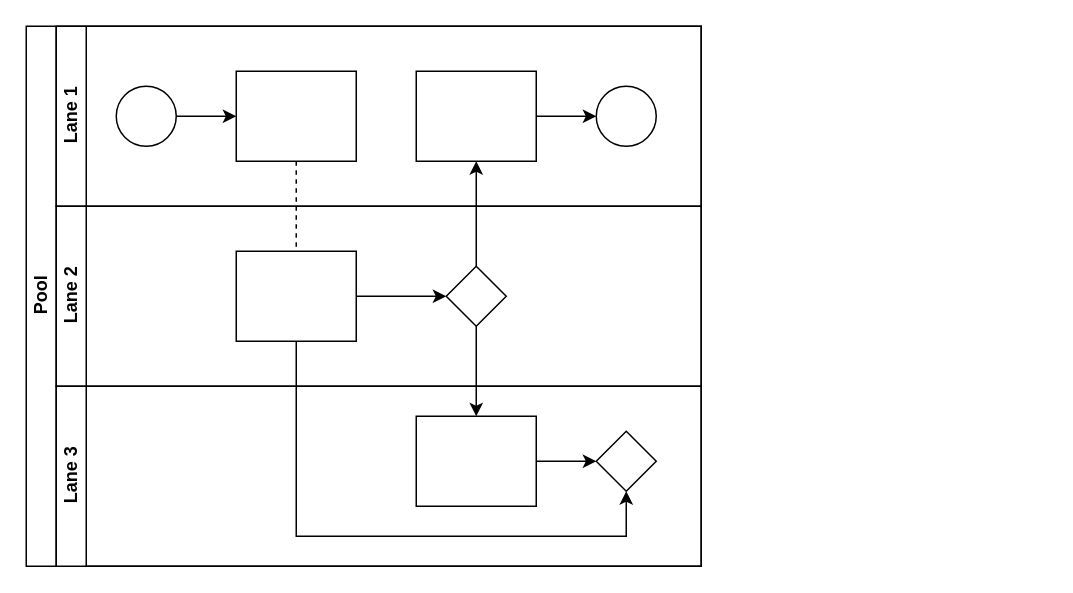
This is DWH_Flow.drawio from Adityacs001/snippet, a draw.io file, before an edit. Source tidied: cells renumbered, new cells numbered last; positions are measured from the earlier drawing's top-left corner, leaving out a move shared by most shapes. Both pictures are drawn from the tidied source at 150%, with x=0, y=0 at pixel (26, 26).
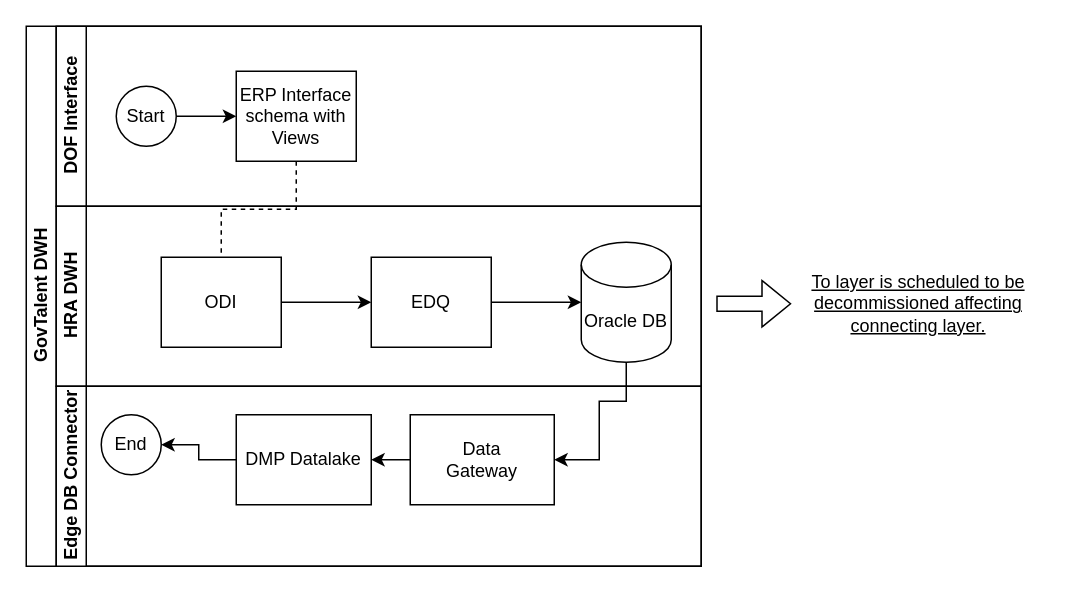
The same page after the edit.

The edit, as a diff of the source:
```diff
@@
-    <mxCell id="2" value="Pool" style="swimlane;html=1;horizontal=0;startSize=20;" parent="1" vertex="1">
+    <mxCell id="2" value="GovTalent DWH" style="swimlane;html=1;horizontal=0;startSize=20;" parent="1" vertex="1">
       <mxGeometry width="450" height="360" as="geometry" />
     </mxCell>
@@
-    <mxCell id="4" style="edgeStyle=orthogonalEdgeStyle;rounded=0;jettySize=auto;html=1;endArrow=classic;endFill=1;" parent="2" edge="1" source="17" target="12">
-      <mxGeometry relative="1" as="geometry" />
-    </mxCell>
-    <mxCell id="5" style="edgeStyle=orthogonalEdgeStyle;rounded=0;jettySize=auto;html=1;endArrow=classic;endFill=1;" parent="2" edge="1" source="17" target="20">
-      <mxGeometry relative="1" as="geometry" />
-    </mxCell>
-    <mxCell id="6" style="edgeStyle=orthogonalEdgeStyle;rounded=0;jettySize=auto;html=1;endArrow=classic;endFill=1;" parent="2" edge="1" source="16" target="21">
-      <mxGeometry relative="1" as="geometry">
-        <Array as="points">
-          <mxPoint x="180" y="340" />
-          <mxPoint x="400" y="340" />
-        </Array>
-      </mxGeometry>
-    </mxCell>
-    <mxCell id="7" value="Lane 1" style="swimlane;html=1;startSize=20;horizontal=0;" parent="2" vertex="1">
+    <mxCell id="7" value="DOF Interface" style="swimlane;html=1;startSize=20;horizontal=0;" parent="2" vertex="1">
       <mxGeometry x="20" width="430" height="120" as="geometry" />
     </mxCell>
@@
-    <mxCell id="9" style="ellipse;whiteSpace=wrap;html=1;" parent="7" vertex="1">
+    <mxCell id="9" value="Start" style="ellipse;whiteSpace=wrap;html=1;" parent="7" vertex="1">
       <mxGeometry x="40" y="40" width="40" height="40" as="geometry" />
     </mxCell>
-    <mxCell id="10" style="rounded=0;whiteSpace=wrap;html=1;fontFamily=Helvetica;fontSize=12;fontColor=#000000;align=center;" parent="7" vertex="1">
+    <mxCell id="10" value="ERP Interface schema with Views" style="rounded=0;whiteSpace=wrap;html=1;fontFamily=Helvetica;fontSize=12;fontColor=#000000;align=center;" parent="7" vertex="1">
       <mxGeometry x="120" y="30" width="80" height="60" as="geometry" />
     </mxCell>
-    <mxCell id="11" style="edgeStyle=orthogonalEdgeStyle;rounded=0;jettySize=auto;html=1;endArrow=classic;endFill=1;" parent="7" edge="1" source="12" target="13">
-      <mxGeometry relative="1" as="geometry" />
-    </mxCell>
-    <mxCell id="12" style="rounded=0;whiteSpace=wrap;html=1;fontFamily=Helvetica;fontSize=12;fontColor=#000000;align=center;" parent="7" vertex="1">
-      <mxGeometry x="240" y="30" width="80" height="60" as="geometry" />
-    </mxCell>
-    <mxCell id="13" style="ellipse;whiteSpace=wrap;html=1;" parent="7" vertex="1">
-      <mxGeometry x="360" y="40" width="40" height="40" as="geometry" />
-    </mxCell>
-    <mxCell id="14" value="Lane 2" style="swimlane;html=1;startSize=20;horizontal=0;" parent="2" vertex="1">
+    <mxCell id="14" value="HRA DWH" style="swimlane;html=1;startSize=20;horizontal=0;" parent="2" vertex="1">
       <mxGeometry x="20" y="120" width="430" height="120" as="geometry" />
     </mxCell>
-    <mxCell id="15" style="edgeStyle=orthogonalEdgeStyle;rounded=0;jettySize=auto;html=1;endArrow=classic;endFill=1;" parent="14" edge="1" source="16" target="17">
-      <mxGeometry relative="1" as="geometry" />
-    </mxCell>
-    <mxCell id="16" style="rounded=0;whiteSpace=wrap;html=1;fontFamily=Helvetica;fontSize=12;fontColor=#000000;align=center;" parent="14" vertex="1">
-      <mxGeometry x="120" y="30" width="80" height="60" as="geometry" />
+    <mxCell id="16" value="ODI" style="rounded=0;whiteSpace=wrap;html=1;fontFamily=Helvetica;fontSize=12;fontColor=#000000;align=center;" parent="14" vertex="1">
+      <mxGeometry x="70" y="34" width="80" height="60" as="geometry" />
     </mxCell>
-    <mxCell id="17" style="rhombus;whiteSpace=wrap;html=1;fontFamily=Helvetica;fontSize=12;fontColor=#000000;align=center;" parent="14" vertex="1">
-      <mxGeometry x="260" y="40" width="40" height="40" as="geometry" />
-    </mxCell>
+    <mxCell id="22" style="edgeStyle=orthogonalEdgeStyle;rounded=0;jettySize=auto;html=1;" parent="14" edge="1" source="20" target="23">
+      <mxGeometry relative="1" as="geometry" />
+    </mxCell>
+    <mxCell id="20" value="EDQ" style="rounded=0;whiteSpace=wrap;html=1;fontFamily=Helvetica;fontSize=12;fontColor=#000000;align=center;" parent="14" vertex="1">
+      <mxGeometry x="210" y="34" width="80" height="60" as="geometry" />
+    </mxCell>
+    <mxCell id="5" style="edgeStyle=orthogonalEdgeStyle;rounded=0;jettySize=auto;html=1;endArrow=classic;endFill=1;exitX=1;exitY=0.5;exitDx=0;exitDy=0;" parent="14" edge="1" source="16" target="20">
+      <mxGeometry relative="1" as="geometry" />
+    </mxCell>
+    <mxCell id="23" value="Oracle DB" style="shape=cylinder3;whiteSpace=wrap;html=1;boundedLbl=1;backgroundOutline=1;size=15;" parent="14" vertex="1">
+      <mxGeometry x="350" y="24" width="60" height="80" as="geometry" />
+    </mxCell>
-    <mxCell id="18" value="Lane 3" style="swimlane;html=1;startSize=20;horizontal=0;" parent="2" vertex="1">
+    <mxCell id="18" value="Edge DB Connector" style="swimlane;html=1;startSize=20;horizontal=0;" parent="2" vertex="1">
       <mxGeometry x="20" y="240" width="430" height="120" as="geometry" />
     </mxCell>
-    <mxCell id="19" style="edgeStyle=orthogonalEdgeStyle;rounded=0;jettySize=auto;html=1;endArrow=classic;endFill=1;" parent="18" edge="1" source="20" target="21">
-      <mxGeometry relative="1" as="geometry" />
-    </mxCell>
-    <mxCell id="20" style="rounded=0;whiteSpace=wrap;html=1;fontFamily=Helvetica;fontSize=12;fontColor=#000000;align=center;" parent="18" vertex="1">
-      <mxGeometry x="240" y="20" width="80" height="60" as="geometry" />
-    </mxCell>
-    <mxCell id="21" style="rhombus;whiteSpace=wrap;html=1;fontFamily=Helvetica;fontSize=12;fontColor=#000000;align=center;" parent="18" vertex="1">
-      <mxGeometry x="360" y="30" width="40" height="40" as="geometry" />
-    </mxCell>
+    <mxCell id="24" value="DMP Datalake" style="rounded=0;whiteSpace=wrap;html=1;fontFamily=Helvetica;fontSize=12;fontColor=#000000;align=center;" parent="18" vertex="1">
+      <mxGeometry x="120" y="19" width="90" height="60" as="geometry" />
+    </mxCell>
+    <mxCell id="25" value="End" style="ellipse;whiteSpace=wrap;html=1;" parent="18" vertex="1">
+      <mxGeometry x="30" y="19" width="40" height="40" as="geometry" />
+    </mxCell>
+    <mxCell id="26" style="edgeStyle=orthogonalEdgeStyle;rounded=0;jettySize=auto;html=1;" parent="18" edge="1" source="24" target="25">
+      <mxGeometry relative="1" as="geometry" />
+    </mxCell>
+    <mxCell id="27" value="Data &lt;br&gt;Gateway" style="rounded=0;whiteSpace=wrap;html=1;fontFamily=Helvetica;fontSize=12;fontColor=#000000;align=center;" parent="18" vertex="1">
+      <mxGeometry x="236" y="19" width="96" height="60" as="geometry" />
+    </mxCell>
+    <mxCell id="28" style="edgeStyle=orthogonalEdgeStyle;rounded=0;jettySize=auto;html=1;entryX=1;entryY=0.5;entryDx=0;entryDy=0;" parent="18" edge="1" source="27" target="24">
+      <mxGeometry relative="1" as="geometry" />
+    </mxCell>
+    <mxCell id="29" style="edgeStyle=orthogonalEdgeStyle;rounded=0;jettySize=auto;html=1;entryX=1;entryY=0.5;entryDx=0;entryDy=0;" parent="2" edge="1" source="23" target="27">
+      <mxGeometry relative="1" as="geometry">
+        <Array as="points">
+          <mxPoint x="400" y="250" />
+          <mxPoint x="382" y="250" />
+          <mxPoint x="382" y="289" />
+        </Array>
+      </mxGeometry>
+    </mxCell>
+    <mxCell id="30" value="&lt;u&gt;To layer is scheduled to be decommissioned affecting connecting layer.&lt;/u&gt;" style="text;html=1;strokeColor=none;fillColor=none;align=center;verticalAlign=middle;whiteSpace=wrap;rounded=0;" parent="1" vertex="1">
+      <mxGeometry x="510" y="150" width="170" height="70" as="geometry" />
+    </mxCell>
+    <mxCell id="31" style="shape=flexArrow;endArrow=classic;html=1;rounded=0;" parent="1" edge="1" target="30">
+      <mxGeometry relative="1" as="geometry">
+        <mxPoint x="460" y="185" as="sourcePoint" />
+      </mxGeometry>
+    </mxCell>
```
